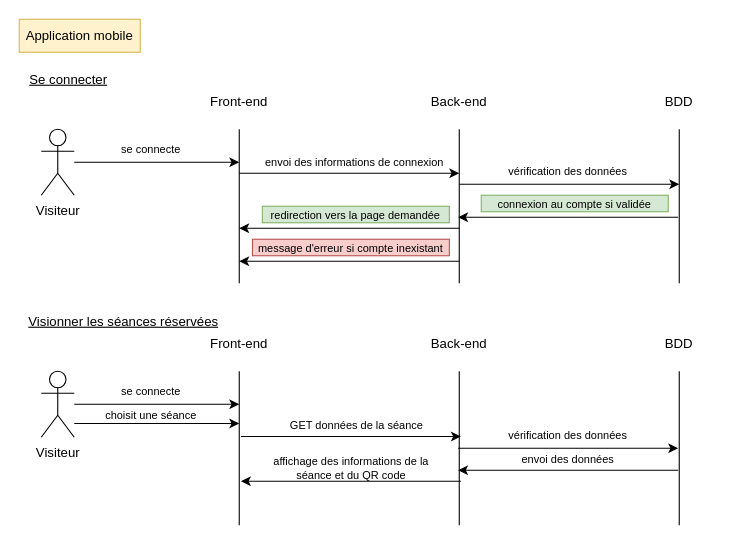
This is sequence_mobile.drawio from Thifanie/cinephoria, a draw.io file, before an edit. Source tidied: cells renumbered, new cells numbered last; positions are measured from the earlier drawing's top-left corner, leaving out a move shared by most shapes. Both pictures are drawn from the tidied source at 110%, with x=0, y=0 at pixel (19, 19).
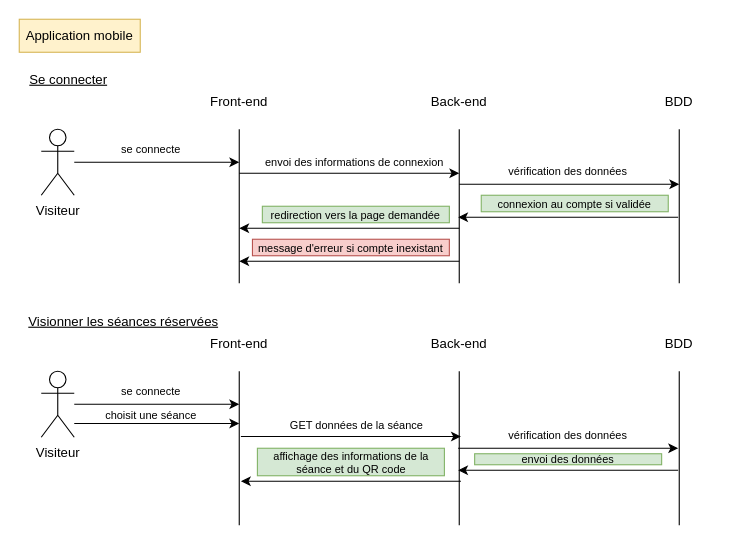
The same diagram, later.

Commit message:
Mettre à jour sequence_mobile.drawio

The edit, as a diff of the source:
```diff
@@
-    <mxCell id="41" value="envoi des données" style="text;html=1;align=center;verticalAlign=middle;whiteSpace=wrap;rounded=0;fontSize=10;" parent="1" vertex="1">
-      <mxGeometry x="414" y="390" width="170" height="20" as="geometry" />
+    <mxCell id="41" value="envoi des données" style="text;html=1;align=center;verticalAlign=middle;whiteSpace=wrap;rounded=0;fontSize=10;fillColor=#d5e8d4;strokeColor=#82b366;" parent="1" vertex="1">
+      <mxGeometry x="414" y="395" width="170" height="10" as="geometry" />
     </mxCell>
-    <mxCell id="42" value="affichage des informations de la séance et du QR code" style="text;html=1;align=center;verticalAlign=middle;whiteSpace=wrap;rounded=0;fontSize=10;" parent="1" vertex="1">
-      <mxGeometry x="216.5" y="400" width="170" height="15" as="geometry" />
+    <mxCell id="42" value="affichage des informations de la séance et du QR code" style="text;html=1;align=center;verticalAlign=middle;whiteSpace=wrap;rounded=0;fontSize=10;fillColor=#d5e8d4;strokeColor=#82b366;" parent="1" vertex="1">
+      <mxGeometry x="216.5" y="390" width="170" height="25" as="geometry" />
     </mxCell>
```
